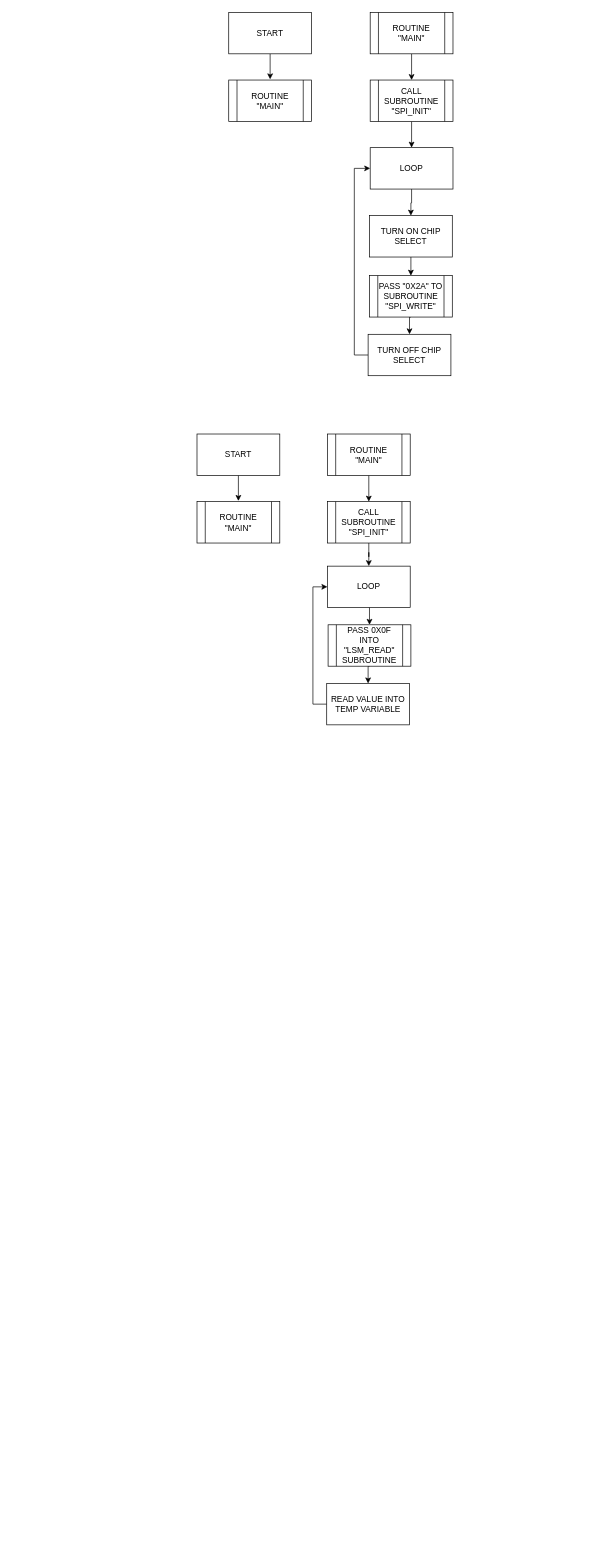
Before: lab_6_diagram.drawio in S-Miller-UFL/Accelerometer, a draw.io diagram. Source tidied: cells renumbered, new cells numbered last; positions are measured from the earlier drawing's top-left corner, leaving out a move shared by most shapes. Both pictures are drawn from the tidied source at 69%, with x=0, y=0 at pixel (197, 12).
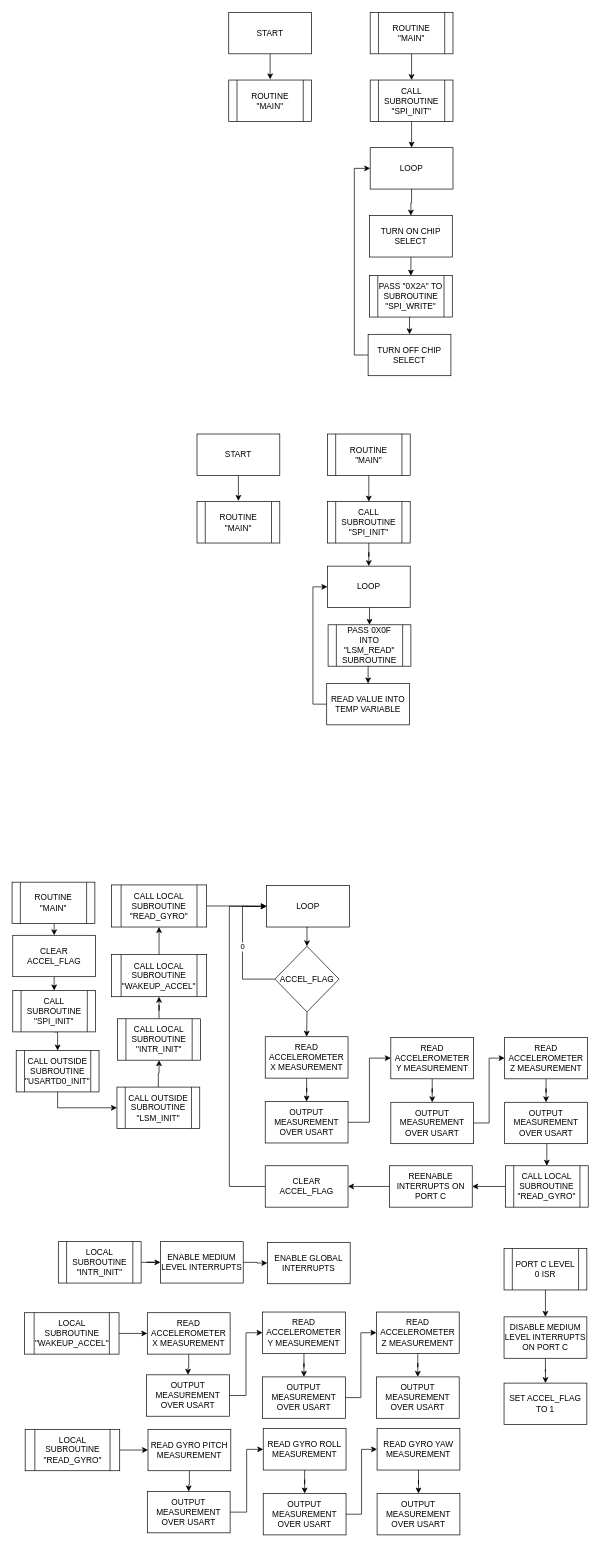
After the change.

Diff of the diagram source:
```diff
@@
+    <mxCell id="30" style="edgeStyle=orthogonalEdgeStyle;rounded=0;jettySize=auto;html=1;exitX=0.5;exitY=1;exitDx=0;exitDy=0;entryX=0.5;entryY=0;entryDx=0;entryDy=0;" parent="1" edge="1" source="31" target="64">
+      <mxGeometry relative="1" as="geometry" />
+    </mxCell>
+    <mxCell id="31" value="ROUTINE &quot;MAIN&quot;" style="shape=process;whiteSpace=wrap;html=1;backgroundOutline=1;" parent="1" vertex="1">
+      <mxGeometry x="-268" y="1260" width="120" height="60" as="geometry" />
+    </mxCell>
+    <mxCell id="32" style="edgeStyle=orthogonalEdgeStyle;rounded=0;jettySize=auto;html=1;exitX=0.5;exitY=1;exitDx=0;exitDy=0;entryX=0.5;entryY=0;entryDx=0;entryDy=0;" parent="1" edge="1" source="33" target="37">
+      <mxGeometry relative="1" as="geometry" />
+    </mxCell>
+    <mxCell id="33" value="CALL SUBROUTINE &quot;SPI_INIT&quot;" style="shape=process;whiteSpace=wrap;html=1;backgroundOutline=1;" parent="1" vertex="1">
+      <mxGeometry x="-267" y="1417" width="120" height="60" as="geometry" />
+    </mxCell>
+    <mxCell id="34" style="edgeStyle=orthogonalEdgeStyle;rounded=0;jettySize=auto;html=1;exitX=0.5;exitY=1;exitDx=0;exitDy=0;entryX=0.5;entryY=0;entryDx=0;entryDy=0;" parent="1" edge="1" source="35" target="46">
+      <mxGeometry relative="1" as="geometry" />
+    </mxCell>
+    <mxCell id="35" value="LOOP" style="whiteSpace=wrap;html=1;" parent="1" vertex="1">
+      <mxGeometry x="100.9" y="1265" width="120" height="60" as="geometry" />
+    </mxCell>
+    <mxCell id="36" style="edgeStyle=orthogonalEdgeStyle;rounded=0;jettySize=auto;html=1;exitX=0.5;exitY=1;exitDx=0;exitDy=0;" parent="1" edge="1" source="37" target="39">
+      <mxGeometry relative="1" as="geometry" />
+    </mxCell>
+    <mxCell id="37" value="CALL OUTSIDE SUBROUTINE &quot;USARTD0_INIT&quot;" style="shape=process;whiteSpace=wrap;html=1;backgroundOutline=1;" parent="1" vertex="1">
+      <mxGeometry x="-262" y="1504" width="120" height="60" as="geometry" />
+    </mxCell>
+    <mxCell id="38" style="edgeStyle=orthogonalEdgeStyle;rounded=0;jettySize=auto;html=1;" parent="1" edge="1" source="39" target="41">
+      <mxGeometry relative="1" as="geometry" />
+    </mxCell>
+    <mxCell id="39" value="CALL OUTSIDE SUBROUTINE &quot;LSM_INIT&quot;" style="shape=process;whiteSpace=wrap;html=1;backgroundOutline=1;" parent="1" vertex="1">
+      <mxGeometry x="-116" y="1557" width="120" height="60" as="geometry" />
+    </mxCell>
+    <mxCell id="40" style="edgeStyle=orthogonalEdgeStyle;rounded=0;jettySize=auto;html=1;" parent="1" edge="1" source="41" target="43">
+      <mxGeometry relative="1" as="geometry" />
+    </mxCell>
+    <mxCell id="41" value="CALL LOCAL SUBROUTINE &quot;INTR_INIT&quot;" style="shape=process;whiteSpace=wrap;html=1;backgroundOutline=1;" parent="1" vertex="1">
+      <mxGeometry x="-115" y="1458" width="120" height="60" as="geometry" />
+    </mxCell>
+    <mxCell id="42" style="edgeStyle=orthogonalEdgeStyle;rounded=0;jettySize=auto;html=1;exitX=0.5;exitY=0;exitDx=0;exitDy=0;entryX=0.5;entryY=1;entryDx=0;entryDy=0;" parent="1" edge="1" source="43" target="91">
+      <mxGeometry relative="1" as="geometry" />
+    </mxCell>
+    <mxCell id="43" value="CALL LOCAL SUBROUTINE &quot;WAKEUP_ACCEL&quot;" style="shape=process;whiteSpace=wrap;html=1;backgroundOutline=1;" parent="1" vertex="1">
+      <mxGeometry x="-124" y="1365" width="138" height="61" as="geometry" />
+    </mxCell>
+    <mxCell id="44" value="0" style="edgeStyle=orthogonalEdgeStyle;rounded=0;jettySize=auto;html=1;exitX=0;exitY=0.5;exitDx=0;exitDy=0;entryX=0;entryY=0.5;entryDx=0;entryDy=0;" parent="1" edge="1" source="46" target="35">
+      <mxGeometry relative="1" as="geometry">
+        <Array as="points">
+          <mxPoint x="65.9" y="1401" />
+          <mxPoint x="65.9" y="1295" />
+        </Array>
+      </mxGeometry>
+    </mxCell>
+    <mxCell id="45" style="edgeStyle=orthogonalEdgeStyle;rounded=0;jettySize=auto;html=1;exitX=0.5;exitY=1;exitDx=0;exitDy=0;entryX=0.5;entryY=0;entryDx=0;entryDy=0;" parent="1" edge="1" source="46" target="48">
+      <mxGeometry relative="1" as="geometry" />
+    </mxCell>
+    <mxCell id="46" value="ACCEL_FLAG" style="rhombus;whiteSpace=wrap;html=1;" parent="1" vertex="1">
+      <mxGeometry x="112.9" y="1353" width="93" height="95" as="geometry" />
+    </mxCell>
+    <mxCell id="47" style="edgeStyle=orthogonalEdgeStyle;rounded=0;jettySize=auto;html=1;" parent="1" edge="1" source="48" target="50">
+      <mxGeometry relative="1" as="geometry" />
+    </mxCell>
+    <mxCell id="48" value="READ ACCELEROMETER X MEASUREMENT" style="rounded=0;whiteSpace=wrap;html=1;" parent="1" vertex="1">
+      <mxGeometry x="98.9" y="1484" width="120" height="60" as="geometry" />
+    </mxCell>
+    <mxCell id="49" style="edgeStyle=orthogonalEdgeStyle;rounded=0;jettySize=auto;html=1;exitX=1;exitY=0.5;exitDx=0;exitDy=0;entryX=0;entryY=0.5;entryDx=0;entryDy=0;" parent="1" edge="1" source="50" target="52">
+      <mxGeometry relative="1" as="geometry" />
+    </mxCell>
+    <mxCell id="50" value="OUTPUT MEASUREMENT OVER USART" style="rounded=0;whiteSpace=wrap;html=1;" parent="1" vertex="1">
+      <mxGeometry x="98.9" y="1578" width="120" height="60" as="geometry" />
+    </mxCell>
+    <mxCell id="51" style="edgeStyle=orthogonalEdgeStyle;rounded=0;jettySize=auto;html=1;" parent="1" edge="1" source="52" target="54">
+      <mxGeometry relative="1" as="geometry" />
+    </mxCell>
+    <mxCell id="52" value="READ ACCELEROMETER Y MEASUREMENT" style="rounded=0;whiteSpace=wrap;html=1;" parent="1" vertex="1">
+      <mxGeometry x="280.9" y="1485" width="120" height="60" as="geometry" />
+    </mxCell>
+    <mxCell id="53" style="edgeStyle=orthogonalEdgeStyle;rounded=0;jettySize=auto;html=1;exitX=1;exitY=0.5;exitDx=0;exitDy=0;entryX=0;entryY=0.5;entryDx=0;entryDy=0;" parent="1" edge="1" source="54" target="56">
+      <mxGeometry relative="1" as="geometry" />
+    </mxCell>
+    <mxCell id="54" value="OUTPUT MEASUREMENT OVER USART" style="rounded=0;whiteSpace=wrap;html=1;" parent="1" vertex="1">
+      <mxGeometry x="280.9" y="1579" width="120" height="60" as="geometry" />
+    </mxCell>
+    <mxCell id="55" style="edgeStyle=orthogonalEdgeStyle;rounded=0;jettySize=auto;html=1;" parent="1" edge="1" source="56" target="58">
+      <mxGeometry relative="1" as="geometry" />
+    </mxCell>
+    <mxCell id="56" value="READ ACCELEROMETER Z MEASUREMENT" style="rounded=0;whiteSpace=wrap;html=1;" parent="1" vertex="1">
+      <mxGeometry x="445.9" y="1485" width="120" height="60" as="geometry" />
+    </mxCell>
+    <mxCell id="57" style="edgeStyle=orthogonalEdgeStyle;rounded=0;jettySize=auto;html=1;exitX=0.5;exitY=1;exitDx=0;exitDy=0;entryX=0.5;entryY=0;entryDx=0;entryDy=0;" parent="1" edge="1" source="58" target="89">
+      <mxGeometry relative="1" as="geometry" />
+    </mxCell>
+    <mxCell id="58" value="OUTPUT MEASUREMENT OVER USART" style="rounded=0;whiteSpace=wrap;html=1;" parent="1" vertex="1">
+      <mxGeometry x="445.9" y="1579" width="120" height="60" as="geometry" />
+    </mxCell>
+    <mxCell id="59" style="edgeStyle=orthogonalEdgeStyle;rounded=0;jettySize=auto;html=1;exitX=0;exitY=0.5;exitDx=0;exitDy=0;entryX=1;entryY=0.5;entryDx=0;entryDy=0;" parent="1" edge="1" source="60" target="62">
+      <mxGeometry relative="1" as="geometry" />
+    </mxCell>
+    <mxCell id="60" value="REENABLE INTERRUPTS ON PORT C" style="rounded=0;whiteSpace=wrap;html=1;" parent="1" vertex="1">
+      <mxGeometry x="278.9" y="1671" width="120" height="60" as="geometry" />
+    </mxCell>
+    <mxCell id="61" style="edgeStyle=orthogonalEdgeStyle;rounded=0;jettySize=auto;html=1;exitX=0;exitY=0.5;exitDx=0;exitDy=0;entryX=0;entryY=0.5;entryDx=0;entryDy=0;" parent="1" edge="1" source="62" target="35">
+      <mxGeometry relative="1" as="geometry">
+        <Array as="points">
+          <mxPoint x="46.9" y="1701" />
+          <mxPoint x="46.9" y="1295" />
+        </Array>
+      </mxGeometry>
+    </mxCell>
+    <mxCell id="62" value="CLEAR ACCEL_FLAG" style="rounded=0;whiteSpace=wrap;html=1;" parent="1" vertex="1">
+      <mxGeometry x="98.9" y="1671" width="120" height="60" as="geometry" />
+    </mxCell>
+    <mxCell id="63" style="edgeStyle=orthogonalEdgeStyle;rounded=0;jettySize=auto;html=1;exitX=0.5;exitY=1;exitDx=0;exitDy=0;entryX=0.5;entryY=0;entryDx=0;entryDy=0;" parent="1" edge="1" source="64" target="33">
+      <mxGeometry relative="1" as="geometry" />
+    </mxCell>
+    <mxCell id="64" value="CLEAR ACCEL_FLAG" style="whiteSpace=wrap;html=1;" parent="1" vertex="1">
+      <mxGeometry x="-267" y="1337" width="120" height="60" as="geometry" />
+    </mxCell>
+    <mxCell id="65" style="edgeStyle=orthogonalEdgeStyle;rounded=0;jettySize=auto;html=1;" parent="1" edge="1" source="66" target="68">
+      <mxGeometry relative="1" as="geometry" />
+    </mxCell>
+    <mxCell id="66" value="LOCAL SUBROUTINE &quot;INTR_INIT&quot;" style="shape=process;whiteSpace=wrap;html=1;backgroundOutline=1;" parent="1" vertex="1">
+      <mxGeometry x="-201" y="1781" width="120" height="60" as="geometry" />
+    </mxCell>
+    <mxCell id="67" style="edgeStyle=orthogonalEdgeStyle;rounded=0;jettySize=auto;html=1;" parent="1" edge="1" source="68" target="69">
+      <mxGeometry relative="1" as="geometry" />
+    </mxCell>
+    <mxCell id="68" value="ENABLE MEDIUM LEVEL INTERRUPTS" style="whiteSpace=wrap;html=1;" parent="1" vertex="1">
+      <mxGeometry x="-53" y="1781" width="120" height="60" as="geometry" />
+    </mxCell>
+    <mxCell id="69" value="ENABLE GLOBAL INTERRUPTS" style="whiteSpace=wrap;html=1;" parent="1" vertex="1">
+      <mxGeometry x="102" y="1782" width="120" height="60" as="geometry" />
+    </mxCell>
+    <mxCell id="70" style="edgeStyle=orthogonalEdgeStyle;rounded=0;jettySize=auto;html=1;exitX=0.5;exitY=1;exitDx=0;exitDy=0;entryX=0.5;entryY=0;entryDx=0;entryDy=0;" parent="1" edge="1" source="71" target="73">
+      <mxGeometry relative="1" as="geometry" />
+    </mxCell>
+    <mxCell id="71" value="PORT C LEVEL 0 ISR" style="shape=process;whiteSpace=wrap;html=1;backgroundOutline=1;" parent="1" vertex="1">
+      <mxGeometry x="445" y="1791" width="120" height="60" as="geometry" />
+    </mxCell>
+    <mxCell id="72" style="edgeStyle=orthogonalEdgeStyle;rounded=0;jettySize=auto;html=1;" parent="1" edge="1" source="73" target="74">
+      <mxGeometry relative="1" as="geometry" />
+    </mxCell>
+    <mxCell id="73" value="DISABLE MEDIUM LEVEL INTERRUPTS ON PORT C" style="whiteSpace=wrap;html=1;" parent="1" vertex="1">
+      <mxGeometry x="445" y="1890" width="120" height="60" as="geometry" />
+    </mxCell>
+    <mxCell id="74" value="SET ACCEL_FLAG TO 1" style="whiteSpace=wrap;html=1;" parent="1" vertex="1">
+      <mxGeometry x="445" y="1986" width="120" height="60" as="geometry" />
+    </mxCell>
+    <mxCell id="75" style="edgeStyle=orthogonalEdgeStyle;rounded=0;jettySize=auto;html=1;exitX=1;exitY=0.5;exitDx=0;exitDy=0;entryX=0;entryY=0.5;entryDx=0;entryDy=0;" parent="1" edge="1" source="76" target="78">
+      <mxGeometry relative="1" as="geometry" />
+    </mxCell>
+    <mxCell id="76" value="LOCAL SUBROUTINE &quot;WAKEUP_ACCEL&quot;" style="shape=process;whiteSpace=wrap;html=1;backgroundOutline=1;" parent="1" vertex="1">
+      <mxGeometry x="-250" y="1884" width="137" height="60" as="geometry" />
+    </mxCell>
+    <mxCell id="77" style="edgeStyle=orthogonalEdgeStyle;rounded=0;jettySize=auto;html=1;" parent="1" edge="1" source="78" target="80">
+      <mxGeometry relative="1" as="geometry" />
+    </mxCell>
+    <mxCell id="78" value="READ ACCELEROMETER X MEASUREMENT" style="rounded=0;whiteSpace=wrap;html=1;" parent="1" vertex="1">
+      <mxGeometry x="-72" y="1884" width="120" height="60" as="geometry" />
+    </mxCell>
+    <mxCell id="79" style="edgeStyle=orthogonalEdgeStyle;rounded=0;jettySize=auto;html=1;exitX=1;exitY=0.5;exitDx=0;exitDy=0;entryX=0;entryY=0.5;entryDx=0;entryDy=0;" parent="1" edge="1" source="80" target="82">
+      <mxGeometry relative="1" as="geometry" />
+    </mxCell>
+    <mxCell id="80" value="OUTPUT MEASUREMENT OVER USART" style="rounded=0;whiteSpace=wrap;html=1;" parent="1" vertex="1">
+      <mxGeometry x="-73" y="1974" width="120" height="60" as="geometry" />
+    </mxCell>
+    <mxCell id="81" style="edgeStyle=orthogonalEdgeStyle;rounded=0;jettySize=auto;html=1;" parent="1" edge="1" source="82" target="84">
+      <mxGeometry relative="1" as="geometry" />
+    </mxCell>
+    <mxCell id="82" value="READ ACCELEROMETER Y MEASUREMENT" style="rounded=0;whiteSpace=wrap;html=1;" parent="1" vertex="1">
+      <mxGeometry x="95" y="1883" width="120" height="60" as="geometry" />
+    </mxCell>
+    <mxCell id="83" style="edgeStyle=orthogonalEdgeStyle;rounded=0;jettySize=auto;html=1;exitX=1;exitY=0.5;exitDx=0;exitDy=0;entryX=0;entryY=0.5;entryDx=0;entryDy=0;" parent="1" edge="1" source="84" target="86">
+      <mxGeometry relative="1" as="geometry" />
+    </mxCell>
+    <mxCell id="84" value="OUTPUT MEASUREMENT OVER USART" style="rounded=0;whiteSpace=wrap;html=1;" parent="1" vertex="1">
+      <mxGeometry x="95" y="1977" width="120" height="60" as="geometry" />
+    </mxCell>
+    <mxCell id="85" style="edgeStyle=orthogonalEdgeStyle;rounded=0;jettySize=auto;html=1;" parent="1" edge="1" source="86" target="87">
+      <mxGeometry relative="1" as="geometry" />
+    </mxCell>
+    <mxCell id="86" value="READ ACCELEROMETER Z MEASUREMENT" style="rounded=0;whiteSpace=wrap;html=1;" parent="1" vertex="1">
+      <mxGeometry x="260" y="1883" width="120" height="60" as="geometry" />
+    </mxCell>
+    <mxCell id="87" value="OUTPUT MEASUREMENT OVER USART" style="rounded=0;whiteSpace=wrap;html=1;" parent="1" vertex="1">
+      <mxGeometry x="260" y="1977" width="120" height="60" as="geometry" />
+    </mxCell>
+    <mxCell id="88" style="edgeStyle=orthogonalEdgeStyle;rounded=0;jettySize=auto;html=1;exitX=0;exitY=0.5;exitDx=0;exitDy=0;entryX=1;entryY=0.5;entryDx=0;entryDy=0;" parent="1" edge="1" source="89" target="60">
+      <mxGeometry relative="1" as="geometry" />
+    </mxCell>
+    <mxCell id="89" value="CALL LOCAL SUBROUTINE &quot;READ_GYRO&quot;" style="shape=process;whiteSpace=wrap;html=1;backgroundOutline=1;" parent="1" vertex="1">
+      <mxGeometry x="447" y="1671" width="120" height="60" as="geometry" />
+    </mxCell>
+    <mxCell id="90" style="edgeStyle=orthogonalEdgeStyle;rounded=0;jettySize=auto;html=1;exitX=1;exitY=0.5;exitDx=0;exitDy=0;entryX=0;entryY=0.5;entryDx=0;entryDy=0;" parent="1" edge="1" source="91" target="35">
+      <mxGeometry relative="1" as="geometry" />
+    </mxCell>
+    <mxCell id="91" value="CALL LOCAL SUBROUTINE &quot;READ_GYRO&quot;" style="shape=process;whiteSpace=wrap;html=1;backgroundOutline=1;" parent="1" vertex="1">
+      <mxGeometry x="-124" y="1264" width="138" height="61" as="geometry" />
+    </mxCell>
+    <mxCell id="92" style="edgeStyle=orthogonalEdgeStyle;rounded=0;jettySize=auto;html=1;exitX=1;exitY=0.5;exitDx=0;exitDy=0;entryX=0;entryY=0.5;entryDx=0;entryDy=0;" parent="1" edge="1" source="93" target="95">
+      <mxGeometry relative="1" as="geometry" />
+    </mxCell>
+    <mxCell id="93" value="LOCAL SUBROUTINE &quot;READ_GYRO&quot;" style="shape=process;whiteSpace=wrap;html=1;backgroundOutline=1;" parent="1" vertex="1">
+      <mxGeometry x="-249" y="2053" width="137" height="60" as="geometry" />
+    </mxCell>
+    <mxCell id="94" style="edgeStyle=orthogonalEdgeStyle;rounded=0;jettySize=auto;html=1;" parent="1" edge="1" source="95" target="97">
+      <mxGeometry relative="1" as="geometry" />
+    </mxCell>
+    <mxCell id="95" value="READ GYRO PITCH MEASUREMENT" style="rounded=0;whiteSpace=wrap;html=1;" parent="1" vertex="1">
+      <mxGeometry x="-71" y="2053" width="120" height="60" as="geometry" />
+    </mxCell>
+    <mxCell id="96" style="edgeStyle=orthogonalEdgeStyle;rounded=0;jettySize=auto;html=1;exitX=1;exitY=0.5;exitDx=0;exitDy=0;entryX=0;entryY=0.5;entryDx=0;entryDy=0;" parent="1" edge="1" source="97" target="99">
+      <mxGeometry relative="1" as="geometry" />
+    </mxCell>
+    <mxCell id="97" value="OUTPUT MEASUREMENT OVER USART" style="rounded=0;whiteSpace=wrap;html=1;" parent="1" vertex="1">
+      <mxGeometry x="-72" y="2143" width="120" height="60" as="geometry" />
+    </mxCell>
+    <mxCell id="98" style="edgeStyle=orthogonalEdgeStyle;rounded=0;jettySize=auto;html=1;" parent="1" edge="1" source="99" target="101">
+      <mxGeometry relative="1" as="geometry" />
+    </mxCell>
+    <mxCell id="99" value="READ GYRO ROLL MEASUREMENT" style="rounded=0;whiteSpace=wrap;html=1;" parent="1" vertex="1">
+      <mxGeometry x="96" y="2052" width="120" height="60" as="geometry" />
+    </mxCell>
+    <mxCell id="100" style="edgeStyle=orthogonalEdgeStyle;rounded=0;jettySize=auto;html=1;exitX=1;exitY=0.5;exitDx=0;exitDy=0;entryX=0;entryY=0.5;entryDx=0;entryDy=0;" parent="1" edge="1" source="101" target="103">
+      <mxGeometry relative="1" as="geometry" />
+    </mxCell>
+    <mxCell id="101" value="OUTPUT MEASUREMENT OVER USART" style="rounded=0;whiteSpace=wrap;html=1;" parent="1" vertex="1">
+      <mxGeometry x="96" y="2146" width="120" height="60" as="geometry" />
+    </mxCell>
+    <mxCell id="102" style="edgeStyle=orthogonalEdgeStyle;rounded=0;jettySize=auto;html=1;" parent="1" edge="1" source="103" target="104">
+      <mxGeometry relative="1" as="geometry" />
+    </mxCell>
+    <mxCell id="103" value="READ GYRO YAW MEASUREMENT" style="rounded=0;whiteSpace=wrap;html=1;" parent="1" vertex="1">
+      <mxGeometry x="261" y="2052" width="120" height="60" as="geometry" />
+    </mxCell>
+    <mxCell id="104" value="OUTPUT MEASUREMENT OVER USART" style="rounded=0;whiteSpace=wrap;html=1;" parent="1" vertex="1">
+      <mxGeometry x="261" y="2146" width="120" height="60" as="geometry" />
+    </mxCell>
```
